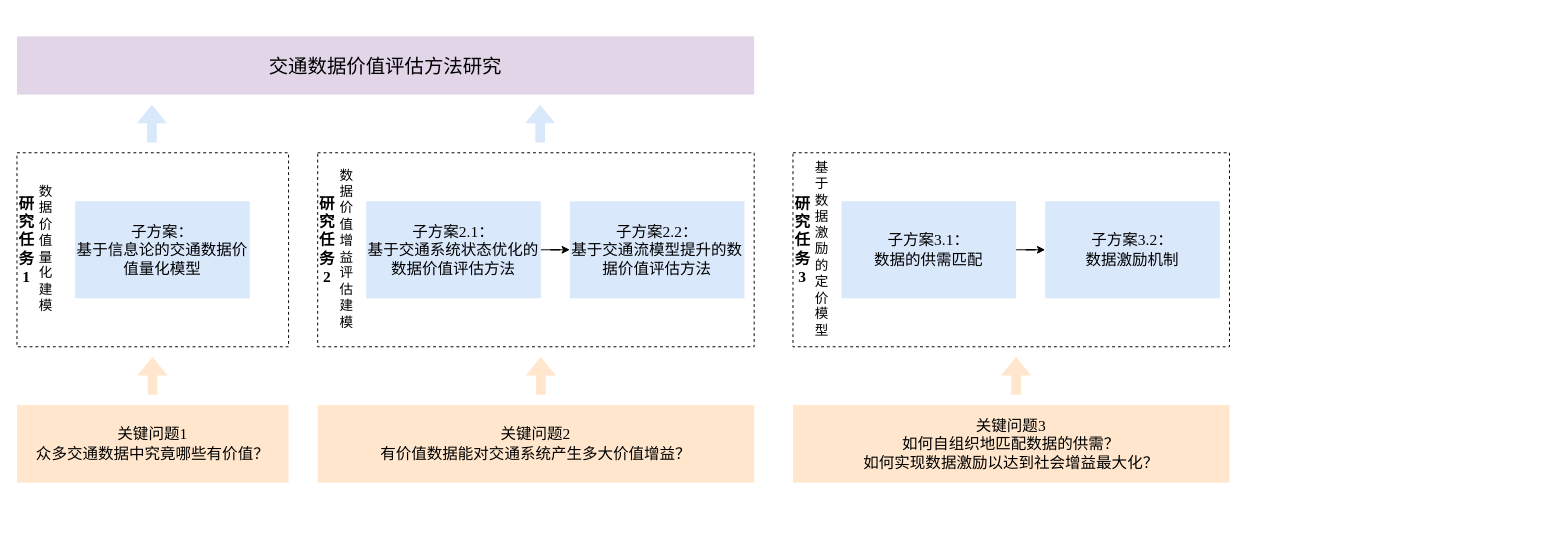
eveyuyi/pics_git keeps this draw.io diagram as images/青基_研究路线.drawio. Above is the earlier version. Source tidied: cells renumbered, new cells numbered last; positions are measured from the earlier drawing's top-left corner, leaving out a move shared by most shapes. Both pictures are drawn from the tidied source at 97%, with x=0, y=0 at pixel (16, 36).
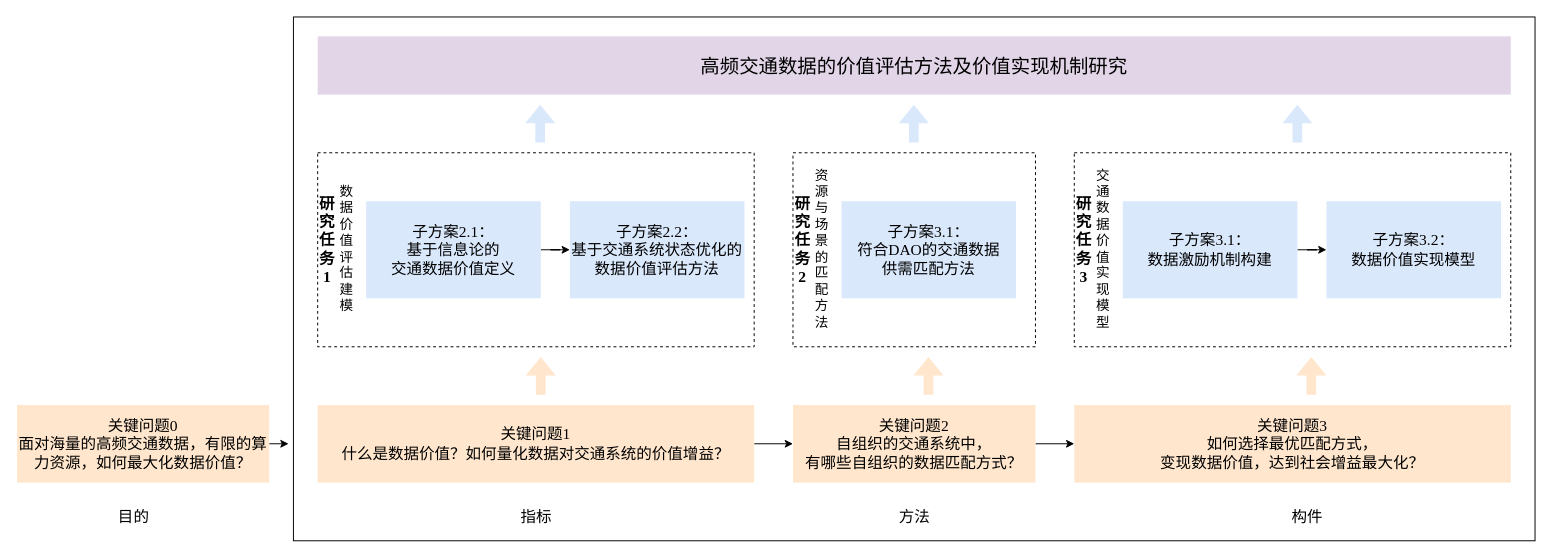
The same page after the edit.

Commit message:
Update 青基_研究路线.drawio

Change to the diagram source:
```diff
@@
+    <mxCell id="27" style="rounded=0;whiteSpace=wrap;html=1;fontSize=16;" parent="1" vertex="1">
+      <mxGeometry x="285" y="-20" width="1280" height="540" as="geometry" />
+    </mxCell>
-    <mxCell id="2" value="&lt;font style=&quot;font-size: 20px;&quot;&gt;交通数据价值评估方法研究&lt;/font&gt;" style="rounded=0;whiteSpace=wrap;html=1;fillColor=#e1d5e7;strokeColor=none;fontSize=16;fontFamily=Times New Roman;" parent="1" vertex="1">
-      <mxGeometry width="760" height="60" as="geometry" />
+    <mxCell id="2" value="&lt;font style=&quot;font-size: 20px;&quot;&gt;高频交通数据的价值评估方法及价值实现机制研究&lt;/font&gt;" style="rounded=0;whiteSpace=wrap;html=1;fillColor=#e1d5e7;strokeColor=none;fontSize=16;fontFamily=Times New Roman;" parent="1" vertex="1">
+      <mxGeometry x="310" width="1230" height="60" as="geometry" />
     </mxCell>
-    <mxCell id="3" value="关键问题1&lt;br&gt;众多交通数据中究竟哪些有价值？" style="rounded=0;whiteSpace=wrap;html=1;fontSize=16;fillColor=#ffe6cc;strokeColor=none;fontFamily=Times New Roman;" parent="1" vertex="1">
-      <mxGeometry y="380" width="280" height="80" as="geometry" />
-    </mxCell>
+    <mxCell id="28" style="edgeStyle=orthogonalEdgeStyle;rounded=0;jettySize=auto;html=1;entryX=0;entryY=0.5;entryDx=0;entryDy=0;" parent="1" edge="1" source="4" target="25">
+      <mxGeometry relative="1" as="geometry" />
+    </mxCell>
-    <mxCell id="4" value="关键问题2&lt;br&gt;有价值数据能对交通系统产生多大价值增益？" style="rounded=0;whiteSpace=wrap;html=1;fontSize=16;fillColor=#ffe6cc;strokeColor=none;fontFamily=Times New Roman;" parent="1" vertex="1">
+    <mxCell id="4" value="关键问题1&lt;br&gt;什么是数据价值？如何量化数据对交通系统的价值增益？" style="rounded=0;whiteSpace=wrap;html=1;fontSize=16;fillColor=#ffe6cc;strokeColor=none;fontFamily=Times New Roman;" parent="1" vertex="1">
       <mxGeometry x="310" y="380" width="450" height="80" as="geometry" />
     </mxCell>
-    <mxCell id="5" style="rounded=0;whiteSpace=wrap;html=1;fontFamily=Times New Roman;fontSize=14;fillColor=none;dashed=1;" parent="1" vertex="1">
-      <mxGeometry y="120" width="280" height="200" as="geometry" />
-    </mxCell>
-    <mxCell id="6" value="&lt;span style=&quot;font-weight: normal;&quot;&gt;子方案：&lt;br&gt;&lt;/span&gt;&lt;span style=&quot;font-weight: 400;&quot;&gt;基于信息论的交通数据价值量化模型&lt;/span&gt;&lt;span style=&quot;font-weight: normal;&quot;&gt;&lt;br&gt;&lt;/span&gt;" style="rounded=0;whiteSpace=wrap;html=1;fillColor=#dae8fc;strokeColor=none;fontSize=16;fontStyle=1;flipH=0;flipV=0;fontFamily=Times New Roman;" parent="1" vertex="1">
-      <mxGeometry x="60" y="170" width="180" height="100" as="geometry" />
-    </mxCell>
-    <mxCell id="7" value="&lt;b&gt;研究任务1&lt;/b&gt;" style="rounded=0;whiteSpace=wrap;html=1;fontSize=16;fillColor=none;strokeColor=none;fontFamily=Times New Roman;" parent="1" vertex="1">
-      <mxGeometry y="180" width="20" height="60" as="geometry" />
-    </mxCell>
-    <mxCell id="8" value="数据价值量化建模" style="rounded=0;whiteSpace=wrap;html=1;fontSize=14;fillColor=none;strokeColor=none;fontFamily=Times New Roman;" parent="1" vertex="1">
-      <mxGeometry x="20" y="190" width="20" height="60" as="geometry" />
-    </mxCell>
@@
-    <mxCell id="10" value="&lt;span style=&quot;font-weight: normal;&quot;&gt;子方案2.2：&lt;br&gt;&lt;/span&gt;&lt;span style=&quot;font-weight: 400;&quot;&gt;基于交通流模型提升的数据价值评估方法&lt;/span&gt;&lt;span style=&quot;font-weight: normal;&quot;&gt;&lt;br&gt;&lt;/span&gt;" style="rounded=0;whiteSpace=wrap;html=1;fillColor=#dae8fc;strokeColor=none;fontSize=16;fontStyle=1;flipH=0;flipV=0;fontFamily=Times New Roman;" parent="1" vertex="1">
+    <mxCell id="10" value="&lt;span style=&quot;font-weight: normal;&quot;&gt;子方案2.2：&lt;br&gt;基于交通系统状态优化的数据价值评估方法&lt;br&gt;&lt;/span&gt;" style="rounded=0;whiteSpace=wrap;html=1;fillColor=#dae8fc;strokeColor=none;fontSize=16;fontStyle=1;flipH=0;flipV=0;fontFamily=Times New Roman;" parent="1" vertex="1">
       <mxGeometry x="570" y="170" width="180" height="100" as="geometry" />
     </mxCell>
-    <mxCell id="11" value="&lt;b&gt;研究任务2&lt;/b&gt;" style="rounded=0;whiteSpace=wrap;html=1;fontSize=16;fillColor=none;strokeColor=none;fontFamily=Times New Roman;" parent="1" vertex="1">
+    <mxCell id="11" value="&lt;b&gt;研究任务1&lt;/b&gt;" style="rounded=0;whiteSpace=wrap;html=1;fontSize=16;fillColor=none;strokeColor=none;fontFamily=Times New Roman;" parent="1" vertex="1">
       <mxGeometry x="310" y="180" width="20" height="60" as="geometry" />
     </mxCell>
-    <mxCell id="12" value="数据价值增益评估建模" style="rounded=0;whiteSpace=wrap;html=1;fontSize=14;fillColor=none;strokeColor=none;fontFamily=Times New Roman;" parent="1" vertex="1">
+    <mxCell id="12" value="数据价值评估建模" style="rounded=0;whiteSpace=wrap;html=1;fontSize=14;fillColor=none;strokeColor=none;fontFamily=Times New Roman;" parent="1" vertex="1">
       <mxGeometry x="330" y="190" width="20" height="60" as="geometry" />
     </mxCell>
@@
-    <mxCell id="14" value="&lt;span style=&quot;font-weight: normal;&quot;&gt;子方案2.1：&lt;br&gt;&lt;/span&gt;&lt;span style=&quot;font-weight: 400;&quot;&gt;基于交通系统状态优化的数据价值评估方法&lt;/span&gt;&lt;span style=&quot;font-weight: normal;&quot;&gt;&lt;br&gt;&lt;/span&gt;" style="rounded=0;whiteSpace=wrap;html=1;fillColor=#dae8fc;strokeColor=none;fontSize=16;fontStyle=1;flipH=0;flipV=0;fontFamily=Times New Roman;" parent="1" vertex="1">
+    <mxCell id="14" value="&lt;span style=&quot;font-weight: normal;&quot;&gt;子方案2.1：&lt;br&gt;&lt;/span&gt;&lt;span style=&quot;font-weight: normal;&quot;&gt;基于信息论的&lt;br&gt;交通数据价值定义&lt;br&gt;&lt;/span&gt;" style="rounded=0;whiteSpace=wrap;html=1;fillColor=#dae8fc;strokeColor=none;fontSize=16;fontStyle=1;flipH=0;flipV=0;fontFamily=Times New Roman;" parent="1" vertex="1">
       <mxGeometry x="360" y="170" width="180" height="100" as="geometry" />
     </mxCell>
-    <mxCell id="15" style="shape=flexArrow;endArrow=classic;html=1;rounded=0;fontFamily=Times New Roman;fontSize=14;fillColor=#ffe6cc;strokeColor=none;" parent="1" edge="1">
-      <mxGeometry relative="1" as="geometry">
-        <mxPoint x="139.7" y="370" as="sourcePoint" />
-        <mxPoint x="139.7" y="330" as="targetPoint" />
-      </mxGeometry>
-    </mxCell>
@@
-    <mxCell id="17" style="shape=flexArrow;endArrow=classic;html=1;rounded=0;fontFamily=Times New Roman;fontSize=14;fillColor=#dae8fc;strokeColor=none;" parent="1" edge="1">
-      <mxGeometry relative="1" as="geometry">
-        <mxPoint x="139.1" y="110" as="sourcePoint" />
-        <mxPoint x="139.1" y="70" as="targetPoint" />
-      </mxGeometry>
-    </mxCell>
@@
     <mxCell id="19" style="rounded=0;whiteSpace=wrap;html=1;fontFamily=Times New Roman;fontSize=14;fillColor=none;dashed=1;" parent="1" vertex="1">
-      <mxGeometry x="800" y="120" width="450" height="200" as="geometry" />
+      <mxGeometry x="800" y="120" width="250" height="200" as="geometry" />
     </mxCell>
-    <mxCell id="20" value="&lt;span style=&quot;font-weight: normal;&quot;&gt;子方案3.2：&lt;br&gt;数据激励机制&lt;br&gt;&lt;/span&gt;" style="rounded=0;whiteSpace=wrap;html=1;fillColor=#dae8fc;strokeColor=none;fontSize=16;fontStyle=1;flipH=0;flipV=0;fontFamily=Times New Roman;" parent="1" vertex="1">
-      <mxGeometry x="1060" y="170" width="180" height="100" as="geometry" />
-    </mxCell>
-    <mxCell id="21" value="&lt;b&gt;研究任务3&lt;/b&gt;" style="rounded=0;whiteSpace=wrap;html=1;fontSize=16;fillColor=none;strokeColor=none;fontFamily=Times New Roman;" parent="1" vertex="1">
+    <mxCell id="21" value="&lt;b&gt;研究任务2&lt;/b&gt;" style="rounded=0;whiteSpace=wrap;html=1;fontSize=16;fillColor=none;strokeColor=none;fontFamily=Times New Roman;" parent="1" vertex="1">
       <mxGeometry x="800" y="180" width="20" height="60" as="geometry" />
     </mxCell>
-    <mxCell id="22" value="基于数据激励的定价模型" style="rounded=0;whiteSpace=wrap;html=1;fontSize=14;fillColor=none;strokeColor=none;fontFamily=Times New Roman;" parent="1" vertex="1">
+    <mxCell id="22" value="资源与场景的匹配方法" style="rounded=0;whiteSpace=wrap;html=1;fontSize=14;fillColor=none;strokeColor=none;fontFamily=Times New Roman;" parent="1" vertex="1">
       <mxGeometry x="820" y="190" width="20" height="60" as="geometry" />
     </mxCell>
-    <mxCell id="23" style="edgeStyle=orthogonalEdgeStyle;rounded=0;jettySize=auto;html=1;entryX=0;entryY=0.5;entryDx=0;entryDy=0;fontFamily=Times New Roman;fontSize=14;" parent="1" edge="1" source="24" target="20">
-      <mxGeometry relative="1" as="geometry" />
-    </mxCell>
-    <mxCell id="24" value="&lt;span style=&quot;font-weight: normal;&quot;&gt;子方案3.1：&lt;br&gt;&lt;/span&gt;&lt;span style=&quot;font-weight: normal;&quot;&gt;数据的供需匹配&lt;br&gt;&lt;/span&gt;" style="rounded=0;whiteSpace=wrap;html=1;fillColor=#dae8fc;strokeColor=none;fontSize=16;fontStyle=1;flipH=0;flipV=0;fontFamily=Times New Roman;" parent="1" vertex="1">
+    <mxCell id="24" value="&lt;span style=&quot;font-weight: normal;&quot;&gt;子方案3.1：&lt;br&gt;&lt;/span&gt;&lt;span style=&quot;font-weight: normal;&quot;&gt;符合DAO的交通数据&lt;br&gt;供需匹配方法&lt;br&gt;&lt;/span&gt;" style="rounded=0;whiteSpace=wrap;html=1;fillColor=#dae8fc;strokeColor=none;fontSize=16;fontStyle=1;flipH=0;flipV=0;fontFamily=Times New Roman;" parent="1" vertex="1">
       <mxGeometry x="850" y="170" width="180" height="100" as="geometry" />
     </mxCell>
+    <mxCell id="29" style="edgeStyle=orthogonalEdgeStyle;rounded=0;jettySize=auto;html=1;entryX=0;entryY=0.5;entryDx=0;entryDy=0;fontSize=16;" parent="1" edge="1" source="25" target="36">
+      <mxGeometry relative="1" as="geometry" />
+    </mxCell>
-    <mxCell id="25" value="关键问题3&lt;br&gt;如何自组织地匹配数据的供需？&lt;br&gt;如何实现数据激励以达到社会增益最大化？" style="rounded=0;whiteSpace=wrap;html=1;fontSize=16;fillColor=#ffe6cc;strokeColor=none;fontFamily=Times New Roman;" parent="1" vertex="1">
-      <mxGeometry x="800" y="380" width="450" height="80" as="geometry" />
+    <mxCell id="25" value="关键问题2&lt;br&gt;自组织的交通系统中，&lt;br&gt;有哪些自组织的数据匹配方式？" style="rounded=0;whiteSpace=wrap;html=1;fontSize=16;fillColor=#ffe6cc;strokeColor=none;fontFamily=Times New Roman;" parent="1" vertex="1">
+      <mxGeometry x="800" y="380" width="250" height="80" as="geometry" />
     </mxCell>
     <mxCell id="26" style="shape=flexArrow;endArrow=classic;html=1;rounded=0;fontFamily=Times New Roman;fontSize=14;fillColor=#ffe6cc;strokeColor=none;" parent="1" edge="1">
       <mxGeometry x="0.5" y="-240" relative="1" as="geometry">
-        <mxPoint x="1030" y="370" as="sourcePoint" />
-        <mxPoint x="1030" y="330" as="targetPoint" />
+        <mxPoint x="939.7" y="370" as="sourcePoint" />
+        <mxPoint x="939.7" y="330" as="targetPoint" />
       </mxGeometry>
     </mxCell>
+    <mxCell id="30" style="rounded=0;whiteSpace=wrap;html=1;fontFamily=Times New Roman;fontSize=14;fillColor=none;dashed=1;" parent="1" vertex="1">
+      <mxGeometry x="1090" y="120" width="450" height="200" as="geometry" />
+    </mxCell>
+    <mxCell id="31" value="&lt;span style=&quot;font-weight: normal;&quot;&gt;子方案3.2：&lt;br&gt;数据价值实现模型&lt;br&gt;&lt;/span&gt;" style="rounded=0;whiteSpace=wrap;html=1;fillColor=#dae8fc;strokeColor=none;fontSize=16;fontStyle=1;flipH=0;flipV=0;fontFamily=Times New Roman;" parent="1" vertex="1">
+      <mxGeometry x="1350" y="170" width="180" height="100" as="geometry" />
+    </mxCell>
+    <mxCell id="32" value="&lt;b&gt;研究任务3&lt;/b&gt;" style="rounded=0;whiteSpace=wrap;html=1;fontSize=16;fillColor=none;strokeColor=none;fontFamily=Times New Roman;" parent="1" vertex="1">
+      <mxGeometry x="1090" y="180" width="20" height="60" as="geometry" />
+    </mxCell>
+    <mxCell id="33" value="交通数据价值实现模型" style="rounded=0;whiteSpace=wrap;html=1;fontSize=14;fillColor=none;strokeColor=none;fontFamily=Times New Roman;" parent="1" vertex="1">
+      <mxGeometry x="1110" y="190" width="20" height="60" as="geometry" />
+    </mxCell>
+    <mxCell id="34" style="edgeStyle=orthogonalEdgeStyle;rounded=0;jettySize=auto;html=1;entryX=0;entryY=0.5;entryDx=0;entryDy=0;fontFamily=Times New Roman;fontSize=14;" parent="1" edge="1" source="35" target="31">
+      <mxGeometry relative="1" as="geometry" />
+    </mxCell>
+    <mxCell id="35" value="&lt;span style=&quot;font-weight: normal;&quot;&gt;子方案3.1：&lt;br&gt;&lt;/span&gt;&lt;span style=&quot;font-weight: normal;&quot;&gt;数据激励机制构建&lt;br&gt;&lt;/span&gt;" style="rounded=0;whiteSpace=wrap;html=1;fillColor=#dae8fc;strokeColor=none;fontSize=16;fontStyle=1;flipH=0;flipV=0;fontFamily=Times New Roman;" parent="1" vertex="1">
+      <mxGeometry x="1140" y="170" width="180" height="100" as="geometry" />
+    </mxCell>
+    <mxCell id="36" value="关键问题3&lt;br&gt;如何选择最优匹配方式，&lt;br&gt;变现数据价值，达到社会增益最大化？" style="rounded=0;whiteSpace=wrap;html=1;fontSize=16;fillColor=#ffe6cc;strokeColor=none;fontFamily=Times New Roman;" parent="1" vertex="1">
+      <mxGeometry x="1090" y="380" width="450" height="80" as="geometry" />
+    </mxCell>
+    <mxCell id="37" style="shape=flexArrow;endArrow=classic;html=1;rounded=0;fontFamily=Times New Roman;fontSize=14;fillColor=#ffe6cc;strokeColor=none;" parent="1" edge="1">
+      <mxGeometry x="0.5" y="-240" relative="1" as="geometry">
+        <mxPoint x="1334.4" y="370" as="sourcePoint" />
+        <mxPoint x="1334.4" y="330" as="targetPoint" />
+      </mxGeometry>
+    </mxCell>
+    <mxCell id="38" style="edgeStyle=orthogonalEdgeStyle;rounded=0;jettySize=auto;html=1;" parent="1" edge="1" source="39">
+      <mxGeometry relative="1" as="geometry">
+        <mxPoint x="280" y="420" as="targetPoint" />
+      </mxGeometry>
+    </mxCell>
+    <mxCell id="39" value="关键问题0&lt;br&gt;面对海量的高频交通数据，有限的算力资源，如何最大化数据价值？" style="rounded=0;whiteSpace=wrap;html=1;fontSize=16;fillColor=#ffe6cc;strokeColor=none;fontFamily=Times New Roman;" parent="1" vertex="1">
+      <mxGeometry y="380" width="260" height="80" as="geometry" />
+    </mxCell>
+    <mxCell id="40" value="目的" style="text;html=1;align=center;verticalAlign=middle;strokeColor=none;fillColor=none;fontSize=16;" parent="1" vertex="1">
+      <mxGeometry x="90" y="480" width="60" height="30" as="geometry" />
+    </mxCell>
+    <mxCell id="41" value="指标" style="text;html=1;align=center;verticalAlign=middle;strokeColor=none;fillColor=none;fontSize=16;" parent="1" vertex="1">
+      <mxGeometry x="505" y="480" width="60" height="30" as="geometry" />
+    </mxCell>
+    <mxCell id="42" value="方法" style="text;html=1;align=center;verticalAlign=middle;strokeColor=none;fillColor=none;fontSize=16;" parent="1" vertex="1">
+      <mxGeometry x="895" y="480" width="60" height="30" as="geometry" />
+    </mxCell>
+    <mxCell id="43" value="构件" style="text;html=1;align=center;verticalAlign=middle;strokeColor=none;fillColor=none;fontSize=16;" parent="1" vertex="1">
+      <mxGeometry x="1300" y="480" width="60" height="30" as="geometry" />
+    </mxCell>
+    <mxCell id="44" style="shape=flexArrow;endArrow=classic;html=1;rounded=0;fontFamily=Times New Roman;fontSize=14;fillColor=#dae8fc;strokeColor=none;" parent="1" edge="1">
+      <mxGeometry x="0.5" y="-240" relative="1" as="geometry">
+        <mxPoint x="924.6" y="110" as="sourcePoint" />
+        <mxPoint x="924.6" y="70" as="targetPoint" />
+      </mxGeometry>
+    </mxCell>
+    <mxCell id="45" style="shape=flexArrow;endArrow=classic;html=1;rounded=0;fontFamily=Times New Roman;fontSize=14;fillColor=#dae8fc;strokeColor=none;" parent="1" edge="1">
+      <mxGeometry x="0.5" y="-240" relative="1" as="geometry">
+        <mxPoint x="1320" y="110" as="sourcePoint" />
+        <mxPoint x="1320" y="70" as="targetPoint" />
+      </mxGeometry>
+    </mxCell>
```
